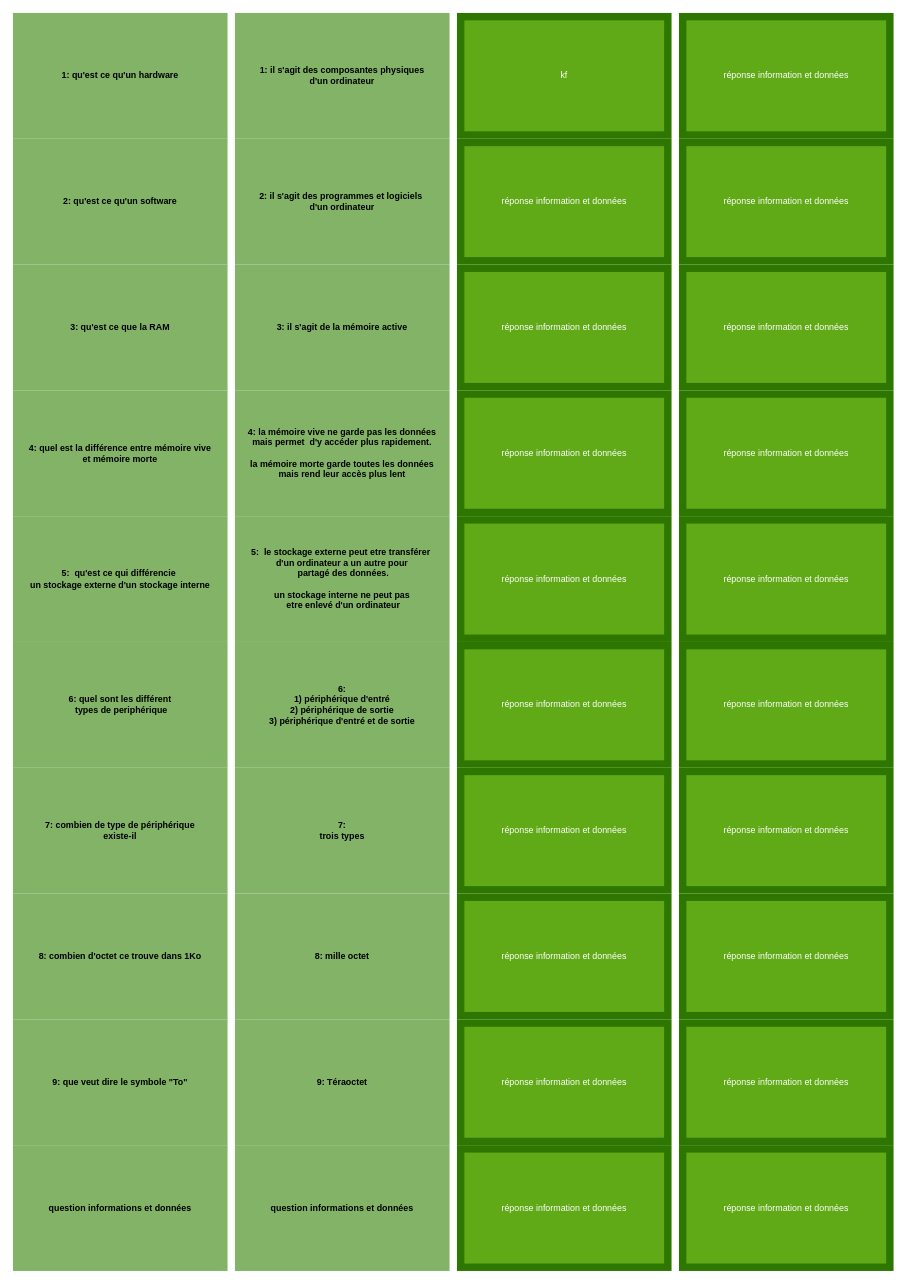
mathieu1902/cours-info-s-cu-helha keeps this draw.io diagram as carte information et donnée.drawio. Above is the earlier version. Source tidied: cells renumbered, new cells numbered last; positions are measured from the earlier drawing's top-left corner, leaving out a move shared by most shapes. Both pictures are drawn from the tidied source at 74%, with x=0, y=0 at pixel (16, 16).
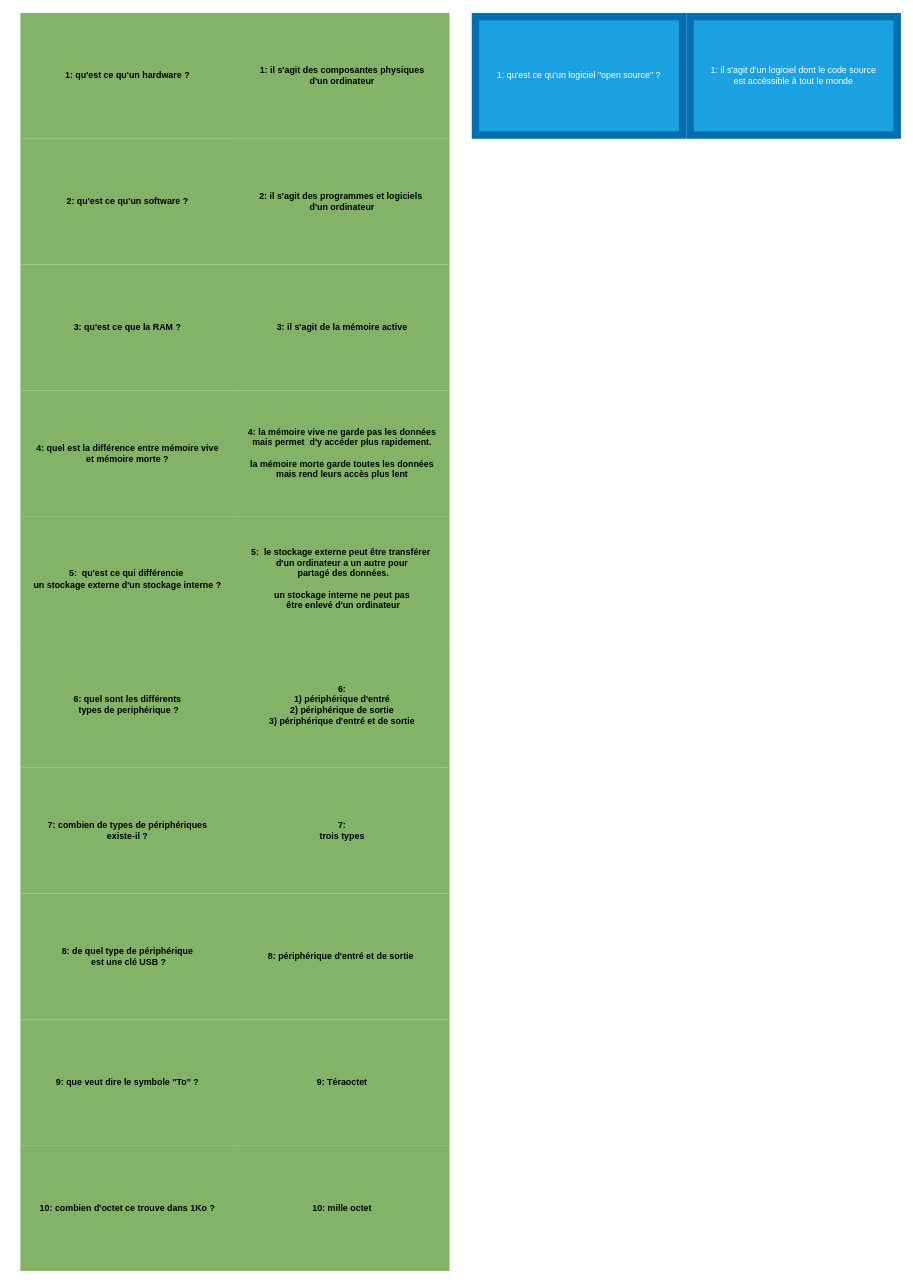
After the change.

Commit message (it also covers changes not shown here):
finalisation partie une

The edit, as a diff of the source:
```diff
@@
-    <mxCell id="3" value="kf" style="rounded=0;whiteSpace=wrap;html=1;fillColor=light-dark(#60A917,#FFFFFF);fontColor=#ffffff;strokeColor=light-dark(#2D7600,#66CC00);fontStyle=0;strokeWidth=10;" parent="1" vertex="1">
-      <mxGeometry x="600" width="280" height="160" as="geometry" />
-    </mxCell>
@@
-    <mxCell id="6" value="4: la mémoire vive ne garde pas les données mais permet&amp;nbsp; d'y accéder&amp;nbsp;&lt;span style=&quot;background-color: transparent;&quot;&gt;plus rapidement.&lt;/span&gt;&lt;div&gt;&lt;span style=&quot;background-color: transparent;&quot;&gt;&lt;br&gt;&lt;/span&gt;&lt;/div&gt;&lt;div&gt;&lt;div&gt;la mémoire morte garde toutes les données mais&amp;nbsp;&lt;span style=&quot;background-color: transparent;&quot;&gt;rend leur accès plus lent&lt;/span&gt;&lt;/div&gt;&lt;/div&gt;" style="rounded=0;whiteSpace=wrap;html=1;fontStyle=1;fillColor=light-dark(#82B366,#FFFFFF);strokeColor=light-dark(#82B366,#66CC00);fontColor=light-dark(#000000,#000000);strokeWidth=10;" parent="1" vertex="1">
+    <mxCell id="6" value="4: la mémoire vive ne garde pas les données mais permet&amp;nbsp; d'y accéder&amp;nbsp;&lt;span style=&quot;background-color: transparent;&quot;&gt;plus rapidement.&lt;/span&gt;&lt;div&gt;&lt;span style=&quot;background-color: transparent;&quot;&gt;&lt;br&gt;&lt;/span&gt;&lt;/div&gt;&lt;div&gt;&lt;div&gt;la mémoire morte garde toutes les données mais&amp;nbsp;&lt;span style=&quot;background-color: transparent;&quot;&gt;rend leurs accès plus lent&lt;/span&gt;&lt;/div&gt;&lt;/div&gt;" style="rounded=0;whiteSpace=wrap;html=1;fontStyle=1;fillColor=light-dark(#82B366,#FFFFFF);strokeColor=light-dark(#82B366,#66CC00);fontColor=light-dark(#000000,#000000);strokeWidth=10;" parent="1" vertex="1">
       <mxGeometry x="300" y="510" width="280" height="160" as="geometry" />
     </mxCell>
-    <mxCell id="7" value="5:&amp;nbsp; le stockage externe peut etre transférer&amp;nbsp;&lt;div&gt;d'un ordinateur a un autre pour&lt;/div&gt;&lt;div&gt;&amp;nbsp;partagé des données.&lt;/div&gt;&lt;div&gt;&lt;br&gt;&lt;/div&gt;&lt;div&gt;un stockage interne ne peut pas&lt;/div&gt;&lt;div&gt;&amp;nbsp;etre enlevé d'un ordinateur&lt;/div&gt;" style="rounded=0;whiteSpace=wrap;html=1;fontStyle=1;fillColor=light-dark(#82B366,#FFFFFF);strokeColor=light-dark(#82B366,#66CC00);fontColor=light-dark(#000000,#000000);strokeWidth=10;" parent="1" vertex="1">
+    <mxCell id="7" value="5:&amp;nbsp; le stockage externe peut être transférer&amp;nbsp;&lt;div&gt;d'un ordinateur a un autre pour&lt;/div&gt;&lt;div&gt;&amp;nbsp;partagé des données.&lt;/div&gt;&lt;div&gt;&lt;br&gt;&lt;/div&gt;&lt;div&gt;un stockage interne ne peut pas&lt;/div&gt;&lt;div&gt;&amp;nbsp;être enlevé d'un ordinateur&lt;/div&gt;" style="rounded=0;whiteSpace=wrap;html=1;fontStyle=1;fillColor=light-dark(#82B366,#FFFFFF);strokeColor=light-dark(#82B366,#66CC00);fontColor=light-dark(#000000,#000000);strokeWidth=10;" parent="1" vertex="1">
       <mxGeometry x="300" y="680" width="280" height="160" as="geometry" />
     </mxCell>
@@
-    <mxCell id="10" value="8: mille octet" style="rounded=0;whiteSpace=wrap;html=1;fontStyle=1;fillColor=light-dark(#82B366,#FFFFFF);strokeColor=light-dark(#82B366,#66CC00);fontColor=light-dark(#000000,#000000);strokeWidth=10;" parent="1" vertex="1">
-      <mxGeometry x="300" y="1190" width="280" height="160" as="geometry" />
+    <mxCell id="10" value="10: mille octet" style="rounded=0;whiteSpace=wrap;html=1;fontStyle=1;fillColor=light-dark(#82B366,#FFFFFF);strokeColor=light-dark(#82B366,#66CC00);fontColor=light-dark(#000000,#000000);strokeWidth=10;" parent="1" vertex="1">
+      <mxGeometry x="300" y="1530" width="280" height="160" as="geometry" />
     </mxCell>
@@
-    <mxCell id="12" value="question informations et données" style="rounded=0;whiteSpace=wrap;html=1;fontStyle=1;fillColor=light-dark(#82B366,#FFFFFF);strokeColor=light-dark(#82B366,#66CC00);fontColor=light-dark(#000000,#000000);strokeWidth=10;" parent="1" vertex="1">
-      <mxGeometry x="300" y="1530" width="280" height="160" as="geometry" />
+    <mxCell id="12" value="8: périphérique d'entré et de sortie&amp;nbsp;" style="rounded=0;whiteSpace=wrap;html=1;fontStyle=1;fillColor=light-dark(#82B366,#FFFFFF);strokeColor=light-dark(#82B366,#66CC00);fontColor=light-dark(#000000,#000000);strokeWidth=10;" parent="1" vertex="1">
+      <mxGeometry x="300" y="1190" width="280" height="160" as="geometry" />
     </mxCell>
-    <mxCell id="13" value="question informations et données" style="rounded=0;whiteSpace=wrap;html=1;fontStyle=1;fillColor=light-dark(#82B366,#FFFFFF);strokeColor=light-dark(#82B366,#66CC00);fontColor=light-dark(#000000,#000000);strokeWidth=10;" parent="1" vertex="1">
-      <mxGeometry y="1530" width="280" height="160" as="geometry" />
+    <mxCell id="13" value="8: de quel type de périphérique&lt;div&gt;&amp;nbsp;est une clé USB ?&lt;/div&gt;" style="rounded=0;whiteSpace=wrap;html=1;fontStyle=1;fillColor=light-dark(#82B366,#FFFFFF);strokeColor=light-dark(#82B366,#66CC00);fontColor=light-dark(#000000,#000000);strokeWidth=10;" parent="1" vertex="1">
+      <mxGeometry x="10" y="1190" width="280" height="160" as="geometry" />
     </mxCell>
-    <mxCell id="14" value="9: que veut dire le symbole &quot;To&quot;" style="rounded=0;whiteSpace=wrap;html=1;fontStyle=1;fillColor=light-dark(#82B366,#FFFFFF);strokeColor=light-dark(#82B366,#66CC00);fontColor=light-dark(#000000,#000000);strokeWidth=10;" parent="1" vertex="1">
-      <mxGeometry y="1360" width="280" height="160" as="geometry" />
+    <mxCell id="14" value="9: que veut dire le symbole &quot;To&quot; ?" style="rounded=0;whiteSpace=wrap;html=1;fontStyle=1;fillColor=light-dark(#82B366,#FFFFFF);strokeColor=light-dark(#82B366,#66CC00);fontColor=light-dark(#000000,#000000);strokeWidth=10;" parent="1" vertex="1">
+      <mxGeometry x="10" y="1360" width="280" height="160" as="geometry" />
     </mxCell>
-    <mxCell id="15" value="8: combien d'octet ce trouve dans 1Ko" style="rounded=0;whiteSpace=wrap;html=1;fontStyle=1;fillColor=light-dark(#82B366,#FFFFFF);strokeColor=light-dark(#82B366,#66CC00);fontColor=light-dark(#000000,#000000);strokeWidth=10;" parent="1" vertex="1">
-      <mxGeometry y="1190" width="280" height="160" as="geometry" />
+    <mxCell id="15" value="10: combien d'octet&lt;span style=&quot;background-color: transparent;&quot;&gt;&amp;nbsp;ce trouve dans 1Ko ?&lt;/span&gt;" style="rounded=0;whiteSpace=wrap;html=1;fontStyle=1;fillColor=light-dark(#82B366,#FFFFFF);strokeColor=light-dark(#82B366,#66CC00);fontColor=light-dark(#000000,#000000);strokeWidth=10;" parent="1" vertex="1">
+      <mxGeometry x="10" y="1530" width="280" height="160" as="geometry" />
     </mxCell>
-    <mxCell id="16" value="7: combien de type de périphérique&lt;div&gt;existe-il&lt;/div&gt;" style="rounded=0;whiteSpace=wrap;html=1;fontStyle=1;fillColor=light-dark(#82B366,#FFFFFF);strokeColor=light-dark(#82B366,#66CC00);fontColor=light-dark(#000000,#000000);strokeWidth=10;" parent="1" vertex="1">
-      <mxGeometry y="1020" width="280" height="160" as="geometry" />
+    <mxCell id="16" value="7: combien de types de périphériques&lt;div&gt;existe-il ?&lt;/div&gt;" style="rounded=0;whiteSpace=wrap;html=1;fontStyle=1;fillColor=light-dark(#82B366,#FFFFFF);strokeColor=light-dark(#82B366,#66CC00);fontColor=light-dark(#000000,#000000);strokeWidth=10;" parent="1" vertex="1">
+      <mxGeometry x="10" y="1020" width="280" height="160" as="geometry" />
     </mxCell>
-    <mxCell id="17" value="6: quel sont les différent&lt;div&gt;&amp;nbsp;types de periphérique&lt;/div&gt;" style="rounded=0;whiteSpace=wrap;html=1;fontStyle=1;fillColor=light-dark(#82B366,#FFFFFF);strokeColor=light-dark(#82B366,#66CC00);fontColor=light-dark(#000000,#000000);strokeWidth=10;" parent="1" vertex="1">
-      <mxGeometry y="850" width="280" height="160" as="geometry" />
+    <mxCell id="17" value="6: quel sont les différents&lt;div&gt;&amp;nbsp;types de periphérique ?&lt;/div&gt;" style="rounded=0;whiteSpace=wrap;html=1;fontStyle=1;fillColor=light-dark(#82B366,#FFFFFF);strokeColor=light-dark(#82B366,#66CC00);fontColor=light-dark(#000000,#000000);strokeWidth=10;" parent="1" vertex="1">
+      <mxGeometry x="10" y="850" width="280" height="160" as="geometry" />
     </mxCell>
-    <mxCell id="18" value="5:&amp;nbsp; qu'est ce qui différencie&amp;nbsp;&lt;div&gt;un stockage externe d'un stockage interne&lt;/div&gt;" style="rounded=0;whiteSpace=wrap;html=1;fontStyle=1;fillColor=light-dark(#82B366,#FFFFFF);strokeColor=light-dark(#82B366,#66CC00);fontColor=light-dark(#000000,#000000);strokeWidth=10;" parent="1" vertex="1">
-      <mxGeometry y="680" width="280" height="160" as="geometry" />
+    <mxCell id="18" value="5:&amp;nbsp; qu'est ce qui différencie&amp;nbsp;&lt;div&gt;&lt;span style=&quot;background-color: transparent;&quot;&gt;un stockage externe&lt;/span&gt;&lt;span style=&quot;background-color: transparent;&quot;&gt;&amp;nbsp;d'un stockage interne ?&lt;/span&gt;&lt;/div&gt;" style="rounded=0;whiteSpace=wrap;html=1;fontStyle=1;fillColor=light-dark(#82B366,#FFFFFF);strokeColor=light-dark(#82B366,#66CC00);fontColor=light-dark(#000000,#000000);strokeWidth=10;" parent="1" vertex="1">
+      <mxGeometry x="10" y="680" width="280" height="160" as="geometry" />
     </mxCell>
-    <mxCell id="19" value="4: quel est la différence entre mémoire vive&lt;div&gt;et mémoire morte&lt;/div&gt;" style="rounded=0;whiteSpace=wrap;html=1;fontStyle=1;fillColor=light-dark(#82B366,#FFFFFF);strokeColor=light-dark(#82B366,#66CC00);fontColor=light-dark(#000000,#000000);strokeWidth=10;" parent="1" vertex="1">
-      <mxGeometry y="510" width="280" height="160" as="geometry" />
+    <mxCell id="19" value="4: quel est la différence entre mémoire vive&lt;div&gt;et mémoire morte ?&lt;/div&gt;" style="rounded=0;whiteSpace=wrap;html=1;fontStyle=1;fillColor=light-dark(#82B366,#FFFFFF);strokeColor=light-dark(#82B366,#66CC00);fontColor=light-dark(#000000,#000000);strokeWidth=10;" parent="1" vertex="1">
+      <mxGeometry x="10" y="510" width="280" height="160" as="geometry" />
     </mxCell>
-    <mxCell id="20" value="3: qu'est ce que la RAM" style="rounded=0;whiteSpace=wrap;html=1;fontStyle=1;fillColor=light-dark(#82B366,#FFFFFF);strokeColor=light-dark(#82B366,#66CC00);fontColor=light-dark(#000000,#000000);strokeWidth=10;" parent="1" vertex="1">
-      <mxGeometry y="340" width="280" height="160" as="geometry" />
+    <mxCell id="20" value="3: qu'est ce que la RAM ?" style="rounded=0;whiteSpace=wrap;html=1;fontStyle=1;fillColor=light-dark(#82B366,#FFFFFF);strokeColor=light-dark(#82B366,#66CC00);fontColor=light-dark(#000000,#000000);strokeWidth=10;" parent="1" vertex="1">
+      <mxGeometry x="10" y="340" width="280" height="160" as="geometry" />
     </mxCell>
-    <mxCell id="21" value="2: qu'est ce qu'un software" style="rounded=0;whiteSpace=wrap;html=1;fontStyle=1;fillColor=light-dark(#82B366,#FFFFFF);strokeColor=light-dark(#82B366,#66CC00);fontColor=light-dark(#000000,#000000);strokeWidth=10;" parent="1" vertex="1">
-      <mxGeometry y="170" width="280" height="160" as="geometry" />
+    <mxCell id="21" value="2: qu'est ce qu'un software ?" style="rounded=0;whiteSpace=wrap;html=1;fontStyle=1;fillColor=light-dark(#82B366,#FFFFFF);strokeColor=light-dark(#82B366,#66CC00);fontColor=light-dark(#000000,#000000);strokeWidth=10;" parent="1" vertex="1">
+      <mxGeometry x="10" y="170" width="280" height="160" as="geometry" />
     </mxCell>
-    <mxCell id="22" value="réponse information et données" style="rounded=0;whiteSpace=wrap;html=1;fillColor=light-dark(#60A917,#FFFFFF);fontColor=#ffffff;strokeColor=light-dark(#2D7600,#66CC00);fontStyle=0;strokeWidth=10;" parent="1" vertex="1">
-      <mxGeometry x="900" y="680" width="280" height="160" as="geometry" />
-    </mxCell>
-    <mxCell id="23" value="réponse information et données" style="rounded=0;whiteSpace=wrap;html=1;fillColor=light-dark(#60A917,#FFFFFF);fontColor=#ffffff;strokeColor=light-dark(#2D7600,#66CC00);fontStyle=0;strokeWidth=10;" parent="1" vertex="1">
-      <mxGeometry x="900" y="510" width="280" height="160" as="geometry" />
-    </mxCell>
-    <mxCell id="24" value="réponse information et données" style="rounded=0;whiteSpace=wrap;html=1;fillColor=light-dark(#60A917,#FFFFFF);fontColor=#ffffff;strokeColor=light-dark(#2D7600,#66CC00);fontStyle=0;strokeWidth=10;" parent="1" vertex="1">
-      <mxGeometry x="900" y="170" width="280" height="160" as="geometry" />
-    </mxCell>
-    <mxCell id="25" value="réponse information et données" style="rounded=0;whiteSpace=wrap;html=1;fillColor=light-dark(#60A917,#FFFFFF);fontColor=#ffffff;strokeColor=light-dark(#2D7600,#66CC00);fontStyle=0;strokeWidth=10;" parent="1" vertex="1">
-      <mxGeometry x="900" y="340" width="280" height="160" as="geometry" />
-    </mxCell>
-    <mxCell id="26" value="réponse information et données" style="rounded=0;whiteSpace=wrap;html=1;fillColor=light-dark(#60A917,#FFFFFF);fontColor=#ffffff;strokeColor=light-dark(#2D7600,#66CC00);fontStyle=0;strokeWidth=10;" parent="1" vertex="1">
-      <mxGeometry x="600" y="1190" width="280" height="160" as="geometry" />
-    </mxCell>
-    <mxCell id="27" value="réponse information et données" style="rounded=0;whiteSpace=wrap;html=1;fillColor=light-dark(#60A917,#FFFFFF);fontColor=#ffffff;strokeColor=light-dark(#2D7600,#66CC00);fontStyle=0;strokeWidth=10;" parent="1" vertex="1">
-      <mxGeometry x="600" y="1020" width="280" height="160" as="geometry" />
-    </mxCell>
-    <mxCell id="28" value="réponse information et données" style="rounded=0;whiteSpace=wrap;html=1;fillColor=light-dark(#60A917,#FFFFFF);fontColor=#ffffff;strokeColor=light-dark(#2D7600,#66CC00);fontStyle=0;strokeWidth=10;" parent="1" vertex="1">
-      <mxGeometry x="600" y="850" width="280" height="160" as="geometry" />
-    </mxCell>
-    <mxCell id="29" value="réponse information et données" style="rounded=0;whiteSpace=wrap;html=1;fillColor=light-dark(#60A917,#FFFFFF);fontColor=#ffffff;strokeColor=light-dark(#2D7600,#66CC00);fontStyle=0;strokeWidth=10;" parent="1" vertex="1">
-      <mxGeometry x="600" y="170" width="280" height="160" as="geometry" />
-    </mxCell>
-    <mxCell id="30" value="réponse information et données" style="rounded=0;whiteSpace=wrap;html=1;fillColor=light-dark(#60A917,#FFFFFF);fontColor=#ffffff;strokeColor=light-dark(#2D7600,#66CC00);fontStyle=0;strokeWidth=10;" parent="1" vertex="1">
-      <mxGeometry x="600" y="680" width="280" height="160" as="geometry" />
-    </mxCell>
-    <mxCell id="31" value="réponse information et données" style="rounded=0;whiteSpace=wrap;html=1;fillColor=light-dark(#60A917,#FFFFFF);fontColor=#ffffff;strokeColor=light-dark(#2D7600,#66CC00);fontStyle=0;strokeWidth=10;" parent="1" vertex="1">
-      <mxGeometry x="600" y="510" width="280" height="160" as="geometry" />
-    </mxCell>
-    <mxCell id="32" value="réponse information et données" style="rounded=0;whiteSpace=wrap;html=1;fillColor=light-dark(#60A917,#FFFFFF);fontColor=#ffffff;strokeColor=light-dark(#2D7600,#66CC00);fontStyle=0;strokeWidth=10;" parent="1" vertex="1">
-      <mxGeometry x="600" y="340" width="280" height="160" as="geometry" />
-    </mxCell>
-    <mxCell id="33" value="réponse information et données" style="rounded=0;whiteSpace=wrap;html=1;fillColor=light-dark(#60A917,#FFFFFF);fontColor=#ffffff;strokeColor=light-dark(#2D7600,#66CC00);fontStyle=0;strokeWidth=10;" parent="1" vertex="1">
-      <mxGeometry x="600" y="1360" width="280" height="160" as="geometry" />
-    </mxCell>
-    <mxCell id="34" value="réponse information et données" style="rounded=0;whiteSpace=wrap;html=1;fillColor=light-dark(#60A917,#FFFFFF);fontColor=#ffffff;strokeColor=light-dark(#2D7600,#66CC00);fontStyle=0;strokeWidth=10;" parent="1" vertex="1">
-      <mxGeometry x="600" y="1530" width="280" height="160" as="geometry" />
-    </mxCell>
-    <mxCell id="35" value="réponse information et données" style="rounded=0;whiteSpace=wrap;html=1;fillColor=light-dark(#60A917,#FFFFFF);fontColor=#ffffff;strokeColor=light-dark(#2D7600,#66CC00);fontStyle=0;strokeWidth=10;" parent="1" vertex="1">
-      <mxGeometry x="900" width="280" height="160" as="geometry" />
-    </mxCell>
-    <mxCell id="36" value="réponse information et données" style="rounded=0;whiteSpace=wrap;html=1;fillColor=light-dark(#60A917,#FFFFFF);fontColor=#ffffff;strokeColor=light-dark(#2D7600,#66CC00);fontStyle=0;strokeWidth=10;" parent="1" vertex="1">
-      <mxGeometry x="900" y="850" width="280" height="160" as="geometry" />
-    </mxCell>
-    <mxCell id="37" value="réponse information et données" style="rounded=0;whiteSpace=wrap;html=1;fillColor=light-dark(#60A917,#FFFFFF);fontColor=#ffffff;strokeColor=light-dark(#2D7600,#66CC00);fontStyle=0;strokeWidth=10;" parent="1" vertex="1">
-      <mxGeometry x="900" y="1020" width="280" height="160" as="geometry" />
-    </mxCell>
-    <mxCell id="38" value="réponse information et données" style="rounded=0;whiteSpace=wrap;html=1;fillColor=light-dark(#60A917,#FFFFFF);fontColor=#ffffff;strokeColor=light-dark(#2D7600,#66CC00);fontStyle=0;strokeWidth=10;" parent="1" vertex="1">
-      <mxGeometry x="900" y="1530" width="280" height="160" as="geometry" />
-    </mxCell>
-    <mxCell id="39" value="réponse information et données" style="rounded=0;whiteSpace=wrap;html=1;fillColor=light-dark(#60A917,#FFFFFF);fontColor=#ffffff;strokeColor=light-dark(#2D7600,#66CC00);fontStyle=0;strokeWidth=10;" parent="1" vertex="1">
-      <mxGeometry x="900" y="1190" width="280" height="160" as="geometry" />
-    </mxCell>
-    <mxCell id="40" value="réponse information et données" style="rounded=0;whiteSpace=wrap;html=1;fillColor=light-dark(#60A917,#FFFFFF);fontColor=#ffffff;strokeColor=light-dark(#2D7600,#66CC00);fontStyle=0;strokeWidth=10;" parent="1" vertex="1">
-      <mxGeometry x="900" y="1360" width="280" height="160" as="geometry" />
-    </mxCell>
-    <mxCell id="41" value="1: qu'est ce qu'un hardware" style="rounded=0;whiteSpace=wrap;html=1;fontStyle=1;fillColor=light-dark(#82B366,#FFFFFF);strokeColor=light-dark(#82B366,#66CC00);fontColor=light-dark(#000000,#000000);strokeWidth=10;fontFamily=Helvetica;verticalAlign=middle;align=center;" parent="1" vertex="1">
-      <mxGeometry width="280" height="160" as="geometry" />
+    <mxCell id="41" value="1: qu'est ce qu'un hardware ?" style="rounded=0;whiteSpace=wrap;html=1;fontStyle=1;fillColor=light-dark(#82B366,#FFFFFF);strokeColor=light-dark(#82B366,#66CC00);fontColor=light-dark(#000000,#000000);strokeWidth=10;fontFamily=Helvetica;verticalAlign=middle;align=center;" parent="1" vertex="1">
+      <mxGeometry x="10" width="280" height="160" as="geometry" />
     </mxCell>
+    <mxCell id="42" value="1: qu'est ce qu'un logiciel &quot;open source&quot; ?" style="rounded=0;whiteSpace=wrap;html=1;fillColor=light-dark(#1BA1E2,#FFFFFF);fontColor=#ffffff;strokeColor=#006EAF;strokeWidth=10;" parent="1" vertex="1">
+      <mxGeometry x="620" width="280" height="160" as="geometry" />
+    </mxCell>
+    <mxCell id="43" value="1: il s'agit d'un logiciel dont le code source&lt;div&gt;est accèssible à tout le monde&lt;/div&gt;" style="rounded=0;whiteSpace=wrap;html=1;fillColor=light-dark(#1BA1E2,#FFFFFF);fontColor=#ffffff;strokeColor=#006EAF;strokeWidth=10;" parent="1" vertex="1">
+      <mxGeometry x="910" width="280" height="160" as="geometry" />
+    </mxCell>
```
